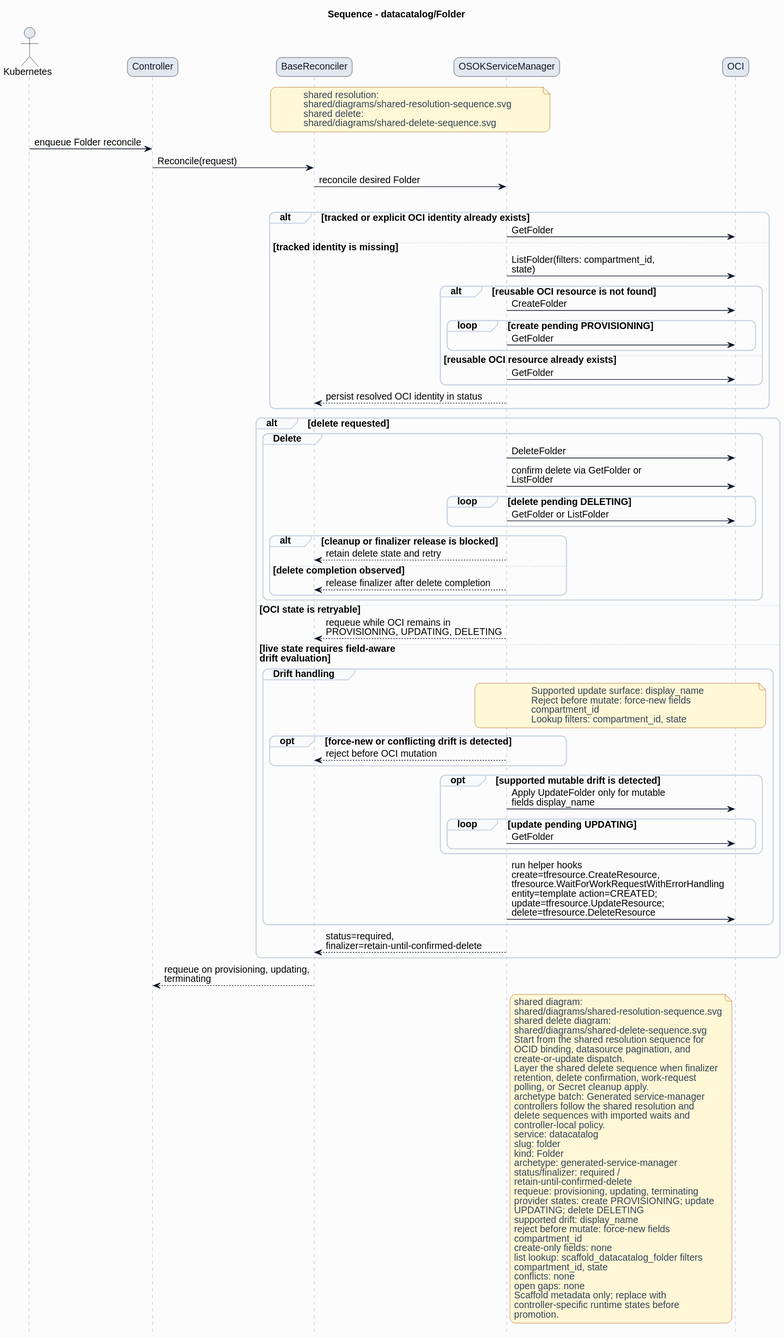
The PlantUML diagram formal/controllers/datacatalog/folder/diagrams/sequence.svg in HaoyL666/oci-service-operator, before a commit. Its diagram source:
```plantuml
@startuml
skinparam shadowing false
skinparam backgroundColor #fcfcfd
skinparam defaultFontName Helvetica
skinparam defaultFontSize 14
skinparam arrowColor #0f172a
skinparam noteBackgroundColor #fff7d6
skinparam noteBorderColor #b45309
skinparam noteFontColor #334155
skinparam roundcorner 16
title Sequence - datacatalog/Folder
hide footbox
skinparam sequence {
  actorBorderColor #0f172a
  actorBackgroundColor #e2e8f0
  participantBorderColor #0f172a
  participantBackgroundColor #e2e8f0
  participantFontColor #0f172a
  lifeLineBorderColor #94a3b8
  groupBorderColor #cbd5e1
  groupBackgroundColor #f8fafc
}
actor Kubernetes
participant Controller
participant BaseReconciler
participant "OSOKServiceManager" as ServiceManager
participant OCI
note over BaseReconciler,ServiceManager
shared resolution:
shared/diagrams/shared-resolution-sequence.svg
shared delete:
shared/diagrams/shared-delete-sequence.svg
end note
Kubernetes -> Controller: enqueue Folder reconcile
Controller -> BaseReconciler: Reconcile(request)
BaseReconciler -> ServiceManager: reconcile desired Folder
group Lookup and bind
alt tracked or explicit OCI identity already exists
ServiceManager -> OCI: GetFolder
else tracked identity is missing
ServiceManager -> OCI: ListFolder(filters: compartment_id,\nstate)
alt reusable OCI resource is not found
ServiceManager -> OCI: CreateFolder
loop create pending PROVISIONING
ServiceManager -> OCI: GetFolder
end
else reusable OCI resource already exists
ServiceManager -> OCI: GetFolder
end
ServiceManager --> BaseReconciler: persist resolved OCI identity in status
end
alt delete requested
group Delete
ServiceManager -> OCI: DeleteFolder
ServiceManager -> OCI: confirm delete via GetFolder or\nListFolder
loop delete pending DELETING
ServiceManager -> OCI: GetFolder or ListFolder
end
alt cleanup or finalizer release is blocked
ServiceManager --> BaseReconciler: retain delete state and retry
else delete completion observed
ServiceManager --> BaseReconciler: release finalizer after delete completion
end
end
else OCI state is retryable
ServiceManager --> BaseReconciler: requeue while OCI remains in\nPROVISIONING, UPDATING, DELETING
else live state requires field-aware\ndrift evaluation
group Drift handling
note over ServiceManager,OCI
Supported update surface: display_name
Reject before mutate: force-new fields
compartment_id
Lookup filters: compartment_id, state
end note
opt force-new or conflicting drift is detected
ServiceManager --> BaseReconciler: reject before OCI mutation
end
opt supported mutable drift is detected
ServiceManager -> OCI: Apply UpdateFolder only for mutable\nfields display_name
loop update pending UPDATING
ServiceManager -> OCI: GetFolder
end
end
ServiceManager -> OCI: run helper hooks\ncreate=tfresource.CreateResource,\ntfresource.WaitForWorkRequestWithErrorHandling\nentity=template action=CREATED;\nupdate=tfresource.UpdateResource;\ndelete=tfresource.DeleteResource
end
ServiceManager --> BaseReconciler: status=required,\nfinalizer=retain-until-confirmed-delete
end
BaseReconciler --> Controller: requeue on provisioning, updating,\nterminating
note right of ServiceManager
shared diagram:
shared/diagrams/shared-resolution-sequence.svg
shared delete diagram:
shared/diagrams/shared-delete-sequence.svg
Start from the shared resolution sequence for
OCID binding, datasource pagination, and
create-or-update dispatch.
Layer the shared delete sequence when finalizer
retention, delete confirmation, work-request
polling, or Secret cleanup apply.
archetype batch: Generated service-manager
controllers follow the shared resolution and
delete sequences with imported waits and
controller-local policy.
service: datacatalog
slug: folder
kind: Folder
archetype: generated-service-manager
status/finalizer: required /
retain-until-confirmed-delete
requeue: provisioning, updating, terminating
provider states: create PROVISIONING; update
UPDATING; delete DELETING
supported drift: display_name
reject before mutate: force-new fields
compartment_id
create-only fields: none
list lookup: scaffold_datacatalog_folder filters
compartment_id, state
conflicts: none
open gaps: none
Scaffold metadata only; replace with
controller-specific runtime states before
promotion.
end note
@enduml
```
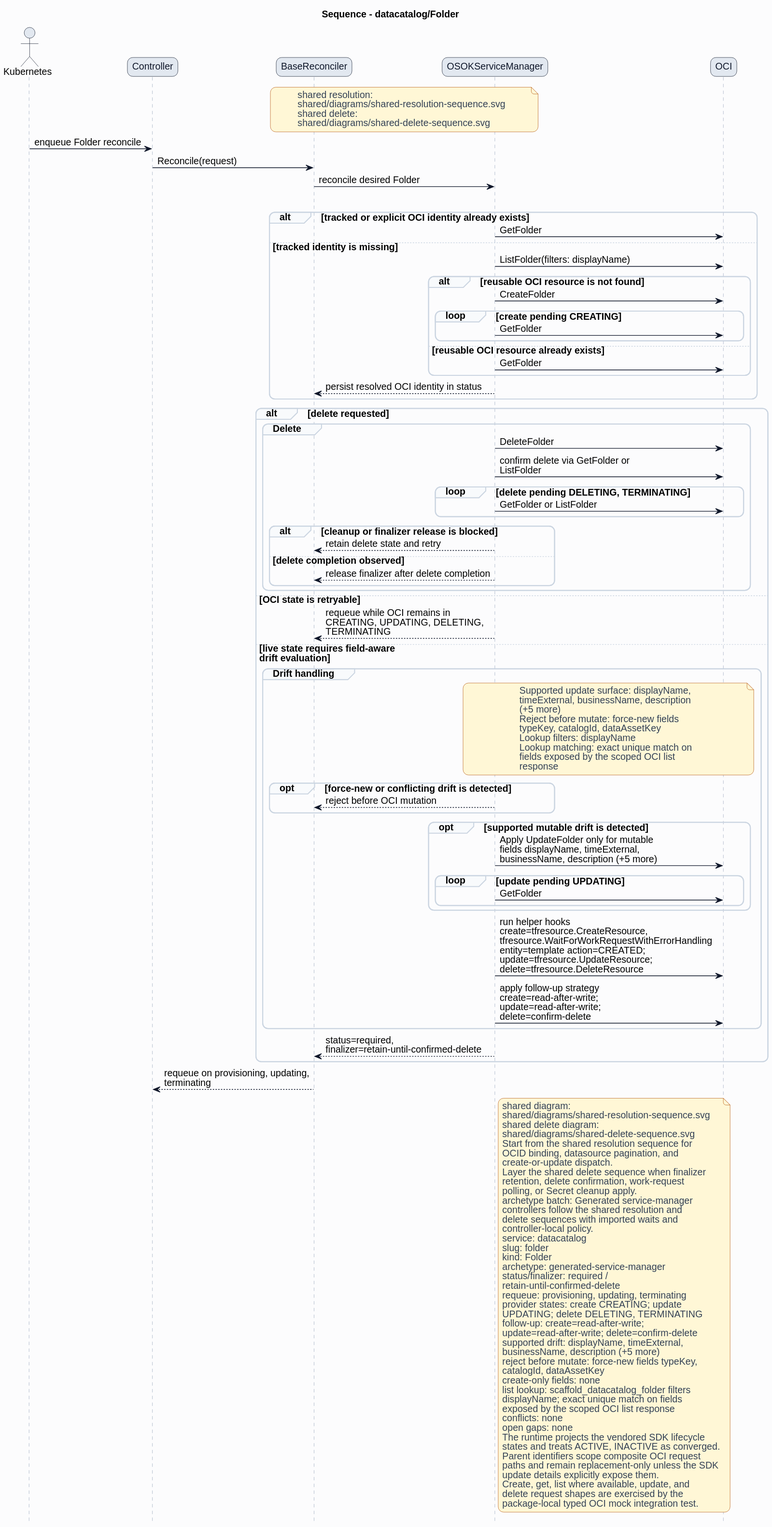
After the change.

Diff of the diagram source:
```diff
@@ -38,10 +38,10 @@
 alt tracked or explicit OCI identity already exists
 ServiceManager -> OCI: GetFolder
 else tracked identity is missing
-ServiceManager -> OCI: ListFolder(filters: compartment_id,\nstate)
+ServiceManager -> OCI: ListFolder(filters: displayName)
 alt reusable OCI resource is not found
 ServiceManager -> OCI: CreateFolder
-loop create pending PROVISIONING
+loop create pending CREATING
 ServiceManager -> OCI: GetFolder
 end
 else reusable OCI resource already exists
@@ -53,7 +53,7 @@
 group Delete
 ServiceManager -> OCI: DeleteFolder
 ServiceManager -> OCI: confirm delete via GetFolder or\nListFolder
-loop delete pending DELETING
+loop delete pending DELETING, TERMINATING
 ServiceManager -> OCI: GetFolder or ListFolder
 end
 alt cleanup or finalizer release is blocked
@@ -63,25 +63,31 @@
 end
 end
 else OCI state is retryable
-ServiceManager --> BaseReconciler: requeue while OCI remains in\nPROVISIONING, UPDATING, DELETING
+ServiceManager --> BaseReconciler: requeue while OCI remains in\nCREATING, UPDATING, DELETING,\nTERMINATING
 else live state requires field-aware\ndrift evaluation
 group Drift handling
 note over ServiceManager,OCI
-Supported update surface: display_name
+Supported update surface: displayName,
+timeExternal, businessName, description
+(+5 more)
 Reject before mutate: force-new fields
-compartment_id
-Lookup filters: compartment_id, state
+typeKey, catalogId, dataAssetKey
+Lookup filters: displayName
+Lookup matching: exact unique match on
+fields exposed by the scoped OCI list
+response
 end note
 opt force-new or conflicting drift is detected
 ServiceManager --> BaseReconciler: reject before OCI mutation
 end
 opt supported mutable drift is detected
-ServiceManager -> OCI: Apply UpdateFolder only for mutable\nfields display_name
+ServiceManager -> OCI: Apply UpdateFolder only for mutable\nfields displayName, timeExternal,\nbusinessName, description (+5 more)
 loop update pending UPDATING
 ServiceManager -> OCI: GetFolder
 end
 end
 ServiceManager -> OCI: run helper hooks\ncreate=tfresource.CreateResource,\ntfresource.WaitForWorkRequestWithErrorHandling\nentity=template action=CREATED;\nupdate=tfresource.UpdateResource;\ndelete=tfresource.DeleteResource
+ServiceManager -> OCI: apply follow-up strategy\ncreate=read-after-write;\nupdate=read-after-write;\ndelete=confirm-delete
 end
 ServiceManager --> BaseReconciler: status=required,\nfinalizer=retain-until-confirmed-delete
 end
@@ -108,18 +114,27 @@
 status/finalizer: required /
 retain-until-confirmed-delete
 requeue: provisioning, updating, terminating
-provider states: create PROVISIONING; update
-UPDATING; delete DELETING
-supported drift: display_name
-reject before mutate: force-new fields
-compartment_id
+provider states: create CREATING; update
+UPDATING; delete DELETING, TERMINATING
+follow-up: create=read-after-write;
+update=read-after-write; delete=confirm-delete
+supported drift: displayName, timeExternal,
+businessName, description (+5 more)
+reject before mutate: force-new fields typeKey,
+catalogId, dataAssetKey
 create-only fields: none
 list lookup: scaffold_datacatalog_folder filters
-compartment_id, state
+displayName; exact unique match on fields
+exposed by the scoped OCI list response
 conflicts: none
 open gaps: none
-Scaffold metadata only; replace with
-controller-specific runtime states before
-promotion.
+The runtime projects the vendored SDK lifecycle
+states and treats ACTIVE, INACTIVE as converged.
+Parent identifiers scope composite OCI request
+paths and remain replacement-only unless the SDK
+update details explicitly expose them.
+Create, get, list where available, update, and
+delete request shapes are exercised by the
+package-local typed OCI mock integration test.
 end note
 @enduml
```
